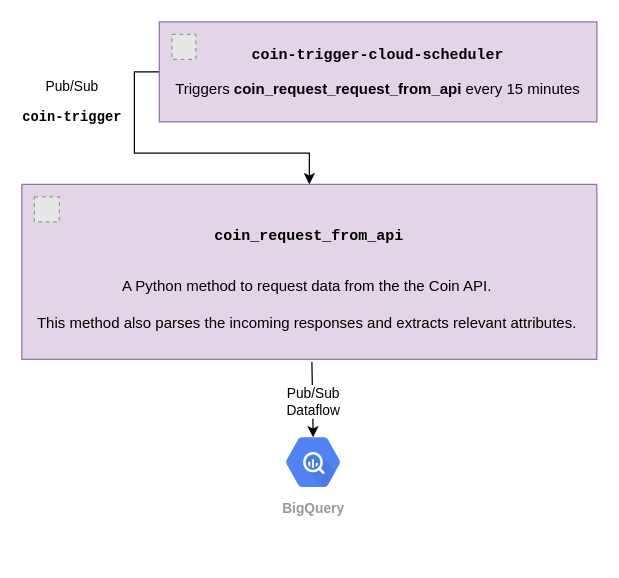
ptgrigorov27/TheMask keeps this draw.io diagram as page "CoinAPI Zoom-in" (4 of 6) of documentation/DataFlow.drawio. Above is the earlier version. Source tidied: cells renumbered, new cells numbered last; positions are measured from the earlier drawing's top-left corner, leaving out a move shared by most shapes. Both pictures are drawn from the tidied source at 125%, with x=0, y=0 at pixel (21, 21). Pictures stored in the file or linked from it are replaced by grey dashed boxes.
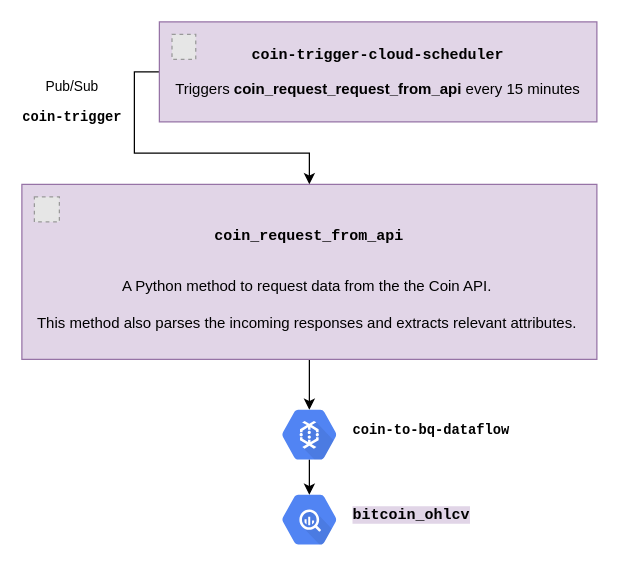
The same page after the edit.

The edit, as a diff of the source:
```diff
@@
 <mxGraphModel>
   <root>
     <mxCell id="0" />
     <mxCell id="1" parent="0" />
+    <mxCell id="9" style="edgeStyle=orthogonalEdgeStyle;rounded=0;jettySize=auto;html=1;exitX=0.5;exitY=1;exitDx=0;exitDy=0;entryX=0.5;entryY=0.16;entryDx=0;entryDy=0;entryPerimeter=0;" parent="1" edge="1" source="2" target="11">
+      <mxGeometry relative="1" as="geometry" />
+    </mxCell>
     <mxCell id="2" value="&lt;pre&gt;&lt;b&gt;coin_request_from_api&lt;/b&gt;&lt;/pre&gt;&lt;br&gt;A Python method to request data from the the Coin API.&amp;nbsp;&lt;br&gt;&lt;br&gt;This method also parses the incoming responses and extracts relevant attributes.&amp;nbsp;" style="rounded=0;whiteSpace=wrap;html=1;fillColor=#e1d5e7;strokeColor=#9673a6;spacingLeft=8;spacingRight=8;" parent="1" vertex="1">
       <mxGeometry y="130" width="460" height="140" as="geometry" />
     </mxCell>
     <mxCell id="3" value="Pub/Sub&lt;br&gt;&lt;pre&gt;&lt;b&gt;coin-trigger&lt;/b&gt;&lt;/pre&gt;" style="edgeStyle=orthogonalEdgeStyle;rounded=0;jettySize=auto;html=1;exitX=0;exitY=0.5;exitDx=0;exitDy=0;entryX=0.5;entryY=0;entryDx=0;entryDy=0;" parent="1" edge="1" source="4" target="2">
       <mxGeometry x="-0.6" y="-50" relative="1" as="geometry" />
     </mxCell>
     <mxCell id="4" value="&lt;pre&gt;&lt;b&gt;coin-trigger-cloud-scheduler&lt;/b&gt;&lt;/pre&gt;&lt;p&gt;Triggers&amp;nbsp;&lt;b&gt;coin_&lt;/b&gt;&lt;b&gt;request_&lt;/b&gt;&lt;b&gt;request_&lt;/b&gt;&lt;b style=&quot;font-family: &amp;#34;helvetica&amp;#34;&quot;&gt;from_api &lt;/b&gt;&lt;span style=&quot;font-family: &amp;#34;helvetica&amp;#34;&quot;&gt;every 15 minutes&lt;/span&gt;&lt;/p&gt;&lt;p&gt;&lt;/p&gt;" style="rounded=0;whiteSpace=wrap;html=1;fillColor=#e1d5e7;strokeColor=#9673a6;" parent="1" vertex="1">
       <mxGeometry x="110" width="350" height="80" as="geometry" />
     </mxCell>
     <mxCell id="5" style="fillColor=#E6E6E6;strokeColor=#999999;dashed=1;verticalLabelPosition=bottom;labelBackgroundColor=#ffffff;verticalAlign=top;" parent="1" vertex="1">
       <mxGeometry x="10" y="140" width="20" height="20" as="geometry" />
     </mxCell>
     <mxCell id="6" style="fillColor=#E6E6E6;strokeColor=#999999;dashed=1;verticalLabelPosition=bottom;labelBackgroundColor=#ffffff;verticalAlign=top;" parent="1" vertex="1">
       <mxGeometry x="120.1" y="10" width="19" height="20" as="geometry" />
     </mxCell>
-    <mxCell id="7" value="Pub/Sub&lt;br&gt;Dataflow" style="edgeStyle=orthogonalEdgeStyle;rounded=0;jettySize=auto;html=1;exitX=0.5;exitY=1;exitDx=0;exitDy=0;fontColor=#000000;entryX=0.5;entryY=0.16;entryDx=0;entryDy=0;entryPerimeter=0;" parent="1" edge="1" target="8">
-      <mxGeometry x="0.08" relative="1" as="geometry">
-        <mxPoint x="232" y="272" as="sourcePoint" />
-      </mxGeometry>
-    </mxCell>
-    <mxCell id="8" value="BigQuery" style="sketch=0;html=1;fillColor=#5184F3;strokeColor=none;verticalAlign=top;labelPosition=center;verticalLabelPosition=bottom;align=center;spacingTop=-6;fontSize=11;fontStyle=1;fontColor=#999999;shape=mxgraph.gcp2.hexIcon;prIcon=bigquery;" parent="1" vertex="1">
-      <mxGeometry x="200" y="323" width="66" height="58.5" as="geometry" />
+    <mxCell id="8" value="&lt;pre style=&quot;color: rgb(0 , 0 , 0) ; font-size: 12px ; font-weight: 400&quot;&gt;&lt;span style=&quot;background-color: rgb(225 , 213 , 231)&quot;&gt;&lt;b&gt;bitcoin_ohlcv&lt;/b&gt;&lt;/span&gt;&lt;/pre&gt;" style="sketch=0;html=1;fillColor=#5184F3;strokeColor=none;verticalAlign=middle;labelPosition=right;verticalLabelPosition=middle;align=left;spacingTop=-6;fontSize=11;fontStyle=1;fontColor=#999999;shape=mxgraph.gcp2.hexIcon;prIcon=bigquery;" parent="1" vertex="1">
+      <mxGeometry x="197" y="369" width="66" height="58.5" as="geometry" />
     </mxCell>
+    <mxCell id="10" style="edgeStyle=orthogonalEdgeStyle;rounded=0;jettySize=auto;html=1;exitX=0.5;exitY=0.84;exitDx=0;exitDy=0;exitPerimeter=0;entryX=0.5;entryY=0.16;entryDx=0;entryDy=0;entryPerimeter=0;" parent="1" edge="1" source="11" target="8">
+      <mxGeometry relative="1" as="geometry" />
+    </mxCell>
+    <mxCell id="11" value="&lt;pre style=&quot;color: rgb(0 , 0 , 0) ; font-weight: 400&quot;&gt;&lt;b&gt;coin-to-bq-dataflow&lt;/b&gt;&lt;/pre&gt;" style="sketch=0;html=1;fillColor=#5184F3;strokeColor=none;verticalAlign=middle;labelPosition=right;verticalLabelPosition=middle;align=left;spacingTop=-6;fontSize=11;fontStyle=1;fontColor=#999999;shape=mxgraph.gcp2.hexIcon;prIcon=cloud_dataflow;horizontal=1;textDirection=ltr;" parent="1" vertex="1">
+      <mxGeometry x="197" y="301" width="66" height="58.5" as="geometry" />
+    </mxCell>
   </root>
 </mxGraphModel>
```
